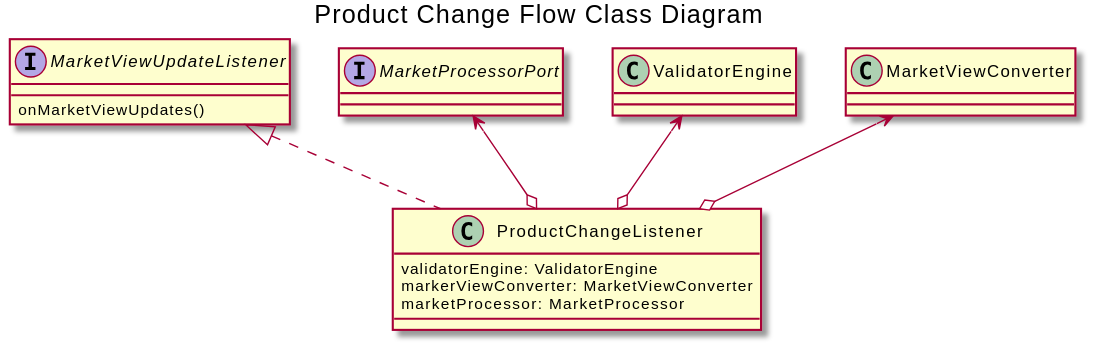
Earlier version of the PlantUML export docs/media/productchange.svg (freitasm2/github-pages-with-jekyll). The source it was exported from:
```plantuml
@startuml

title Product Change Flow Class Diagram

class ProductChangeListener{
validatorEngine: ValidatorEngine
markerViewConverter: MarketViewConverter
marketProcessor: MarketProcessor
}

interface MarketViewUpdateListener{
onMarketViewUpdates()
}

interface MarketProcessorPort{
}

MarketViewUpdateListener <|.. ProductChangeListener
ValidatorEngine <--o ProductChangeListener
MarketViewConverter <--o ProductChangeListener
MarketProcessorPort <--o ProductChangeListener

@enduml
```
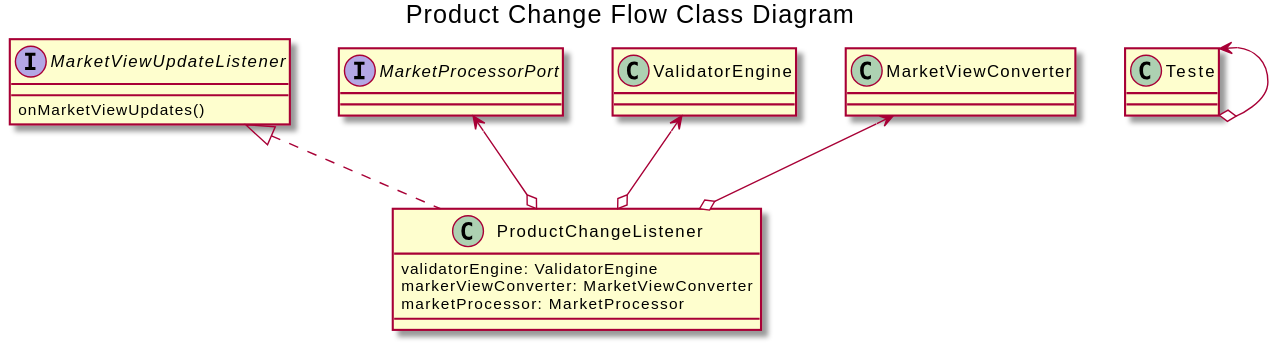
After the commit.

Commit message:
Automatically generated by PlantUml github action

Change to the diagram source:
```diff
@@ -19,5 +19,7 @@
 ValidatorEngine <--o ProductChangeListener
 MarketViewConverter <--o ProductChangeListener
 MarketProcessorPort <--o ProductChangeListener
+Teste <--o Teste
+
 
 @enduml
```
